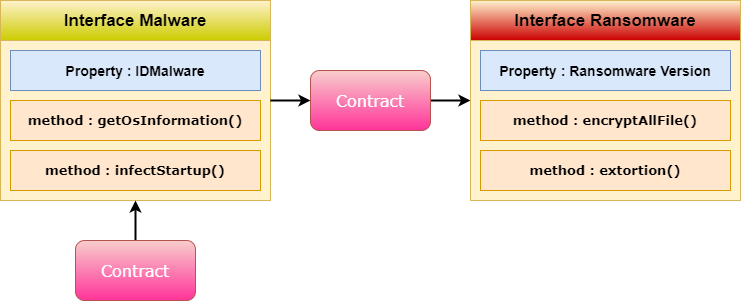
This is Assets/Interface-InterfaceExtendInterface.png from gungunfebrianza/Belajar-Dengan-Jenius-DenoTheWKWKLand, a draw.io export, as it was before one commit. Source tidied: cells renumbered, new cells last; positions are measured from the earlier drawing's top-left corner, leaving out a move shared by most shapes.
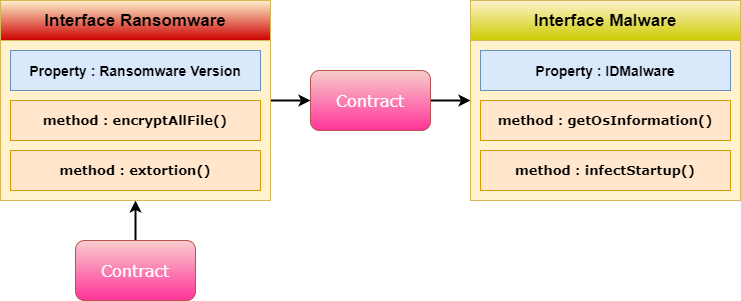
After the change.

Commit message:
Fix Asset Interface

What changed in the source:
```diff
@@ -2,56 +2,62 @@
   <root>
     <mxCell id="0" />
     <mxCell id="1" parent="0" />
-    <mxCell id="2" style="edgeStyle=orthogonalEdgeStyle;rounded=0;jettySize=auto;html=1;exitX=1;exitY=0.5;exitDx=0;exitDy=0;entryX=0;entryY=0.5;entryDx=0;entryDy=0;strokeWidth=2;fontFamily=Verdana;fontSize=14;" parent="1" edge="1" source="3" target="11">
-      <mxGeometry relative="1" as="geometry" />
+    <mxCell id="2" style="edgeStyle=orthogonalEdgeStyle;rounded=0;jettySize=auto;html=1;exitX=1;exitY=0.5;exitDx=0;exitDy=0;entryX=0;entryY=0.5;entryDx=0;entryDy=0;strokeWidth=2;fontFamily=Verdana;fontSize=14;" parent="1" edge="1" source="3">
+      <mxGeometry relative="1" as="geometry">
+        <mxPoint x="470" y="100" as="targetPoint" />
+      </mxGeometry>
     </mxCell>
     <mxCell id="3" value="&lt;font face=&quot;Verdana&quot; color=&quot;#ffffff&quot; style=&quot;font-size: 16px&quot;&gt;Contract&lt;/font&gt;" style="rounded=1;whiteSpace=wrap;html=1;fillColor=#f8cecc;strokeColor=#b85450;gradientColor=#FF3399;" parent="1" vertex="1">
       <mxGeometry x="310" y="70" width="120" height="60" as="geometry" />
     </mxCell>
-    <mxCell id="4" style="group;" parent="1" vertex="1">
-      <mxGeometry width="270" height="200" as="geometry" />
-    </mxCell>
-    <mxCell id="5" style="rounded=0;whiteSpace=wrap;html=1;fillColor=#fff2cc;strokeColor=#d6b656;" parent="4" vertex="1">
-      <mxGeometry width="270" height="200" as="geometry" />
-    </mxCell>
+    <mxCell id="16" style="edgeStyle=orthogonalEdgeStyle;rounded=0;jettySize=auto;html=1;exitX=1;exitY=0.5;exitDx=0;exitDy=0;strokeWidth=2;fontFamily=Verdana;fontSize=14;" parent="1" edge="1" target="3">
+      <mxGeometry relative="1" as="geometry">
+        <mxPoint x="270" y="100" as="sourcePoint" />
+      </mxGeometry>
+    </mxCell>
+    <mxCell id="17" style="edgeStyle=orthogonalEdgeStyle;rounded=0;jettySize=auto;html=1;exitX=0.5;exitY=0;exitDx=0;exitDy=0;entryX=0.5;entryY=1;entryDx=0;entryDy=0;strokeWidth=2;fontFamily=Verdana;fontSize=14;" parent="1" edge="1" source="18">
+      <mxGeometry relative="1" as="geometry">
+        <mxPoint x="135" y="200" as="targetPoint" />
+      </mxGeometry>
+    </mxCell>
+    <mxCell id="18" value="&lt;font face=&quot;Verdana&quot; color=&quot;#ffffff&quot; style=&quot;font-size: 16px&quot;&gt;Contract&lt;/font&gt;" style="rounded=1;whiteSpace=wrap;html=1;fillColor=#f8cecc;strokeColor=#b85450;gradientColor=#FF3399;" parent="1" vertex="1">
+      <mxGeometry x="75" y="240" width="120" height="60" as="geometry" />
+    </mxCell>
+    <mxCell id="10" style="group;" parent="1" vertex="1">
+      <mxGeometry x="470" width="270" height="200" as="geometry" />
+    </mxCell>
+    <mxCell id="19" style="rounded=0;whiteSpace=wrap;html=1;fillColor=#fff2cc;strokeColor=#d6b656;" parent="10" vertex="1">
+      <mxGeometry width="270" height="200" as="geometry" />
+    </mxCell>
-    <mxCell id="6" value="&lt;b&gt;&lt;font style=&quot;font-size: 17px&quot;&gt;Interface Malware&lt;/font&gt;&lt;/b&gt;" style="rounded=0;whiteSpace=wrap;html=1;fillColor=#fff2cc;strokeColor=#d6b656;gradientColor=#CCCC00;" parent="4" vertex="1">
+    <mxCell id="6" value="&lt;b&gt;&lt;font style=&quot;font-size: 17px&quot;&gt;Interface Malware&lt;/font&gt;&lt;/b&gt;" style="rounded=0;whiteSpace=wrap;html=1;fillColor=#fff2cc;strokeColor=#d6b656;gradientColor=#CCCC00;" parent="10" vertex="1">
       <mxGeometry width="270" height="40" as="geometry" />
     </mxCell>
-    <mxCell id="7" value="&lt;b&gt;&lt;font style=&quot;font-size: 14px&quot;&gt;Property : IDMalware&lt;/font&gt;&lt;/b&gt;" style="rounded=0;whiteSpace=wrap;html=1;fillColor=#dae8fc;strokeColor=#6c8ebf;" parent="4" vertex="1">
+    <mxCell id="7" value="&lt;b&gt;&lt;font style=&quot;font-size: 14px&quot;&gt;Property : IDMalware&lt;/font&gt;&lt;/b&gt;" style="rounded=0;whiteSpace=wrap;html=1;fillColor=#dae8fc;strokeColor=#6c8ebf;" parent="10" vertex="1">
       <mxGeometry x="10" y="50" width="250" height="40" as="geometry" />
     </mxCell>
-    <mxCell id="8" value="&lt;b&gt;&lt;font face=&quot;Verdana&quot; style=&quot;font-size: 13px&quot;&gt;method : getOsInformation()&lt;/font&gt;&lt;/b&gt;" style="rounded=0;whiteSpace=wrap;html=1;fillColor=#ffe6cc;strokeColor=#d79b00;" parent="4" vertex="1">
+    <mxCell id="8" value="&lt;b&gt;&lt;font face=&quot;Verdana&quot; style=&quot;font-size: 13px&quot;&gt;method : getOsInformation()&lt;/font&gt;&lt;/b&gt;" style="rounded=0;whiteSpace=wrap;html=1;fillColor=#ffe6cc;strokeColor=#d79b00;" parent="10" vertex="1">
       <mxGeometry x="10" y="100" width="250" height="40" as="geometry" />
     </mxCell>
-    <mxCell id="9" value="&lt;b&gt;&lt;font face=&quot;Verdana&quot; style=&quot;font-size: 13px&quot;&gt;method : infectStartup()&lt;/font&gt;&lt;/b&gt;" style="rounded=0;whiteSpace=wrap;html=1;fillColor=#ffe6cc;strokeColor=#d79b00;" parent="4" vertex="1">
+    <mxCell id="9" value="&lt;b&gt;&lt;font face=&quot;Verdana&quot; style=&quot;font-size: 13px&quot;&gt;method : infectStartup()&lt;/font&gt;&lt;/b&gt;" style="rounded=0;whiteSpace=wrap;html=1;fillColor=#ffe6cc;strokeColor=#d79b00;" parent="10" vertex="1">
       <mxGeometry x="10" y="150" width="250" height="40" as="geometry" />
     </mxCell>
-    <mxCell id="10" style="group;" parent="1" vertex="1">
-      <mxGeometry x="470" width="270" height="200" as="geometry" />
-    </mxCell>
-    <mxCell id="11" style="rounded=0;whiteSpace=wrap;html=1;fillColor=#fff2cc;strokeColor=#d6b656;" parent="10" vertex="1">
-      <mxGeometry width="270" height="200" as="geometry" />
-    </mxCell>
+    <mxCell id="4" style="group;" parent="1" vertex="1">
+      <mxGeometry width="270" height="200" as="geometry" />
+    </mxCell>
+    <mxCell id="20" style="rounded=0;whiteSpace=wrap;html=1;fillColor=#fff2cc;strokeColor=#d6b656;" parent="4" vertex="1">
+      <mxGeometry width="270" height="200" as="geometry" />
+    </mxCell>
-    <mxCell id="12" value="&lt;b&gt;&lt;font style=&quot;font-size: 17px&quot;&gt;Interface Ransomware&lt;/font&gt;&lt;/b&gt;" style="rounded=0;whiteSpace=wrap;html=1;fillColor=#fff2cc;strokeColor=#d6b656;gradientColor=#CC0000;" parent="10" vertex="1">
+    <mxCell id="12" value="&lt;b&gt;&lt;font style=&quot;font-size: 17px&quot;&gt;Interface Ransomware&lt;/font&gt;&lt;/b&gt;" style="rounded=0;whiteSpace=wrap;html=1;fillColor=#fff2cc;strokeColor=#d6b656;gradientColor=#CC0000;" parent="4" vertex="1">
       <mxGeometry width="270" height="40" as="geometry" />
     </mxCell>
-    <mxCell id="13" value="&lt;b&gt;&lt;font style=&quot;font-size: 14px&quot;&gt;Property : Ransomware Version&lt;/font&gt;&lt;/b&gt;" style="rounded=0;whiteSpace=wrap;html=1;fillColor=#dae8fc;strokeColor=#6c8ebf;" parent="10" vertex="1">
+    <mxCell id="13" value="&lt;b&gt;&lt;font style=&quot;font-size: 14px&quot;&gt;Property : Ransomware Version&lt;/font&gt;&lt;/b&gt;" style="rounded=0;whiteSpace=wrap;html=1;fillColor=#dae8fc;strokeColor=#6c8ebf;" parent="4" vertex="1">
       <mxGeometry x="10" y="50" width="250" height="40" as="geometry" />
     </mxCell>
-    <mxCell id="14" value="&lt;b&gt;&lt;font face=&quot;Verdana&quot; style=&quot;font-size: 13px&quot;&gt;method : encryptAllFile()&lt;/font&gt;&lt;/b&gt;" style="rounded=0;whiteSpace=wrap;html=1;fillColor=#ffe6cc;strokeColor=#d79b00;" parent="10" vertex="1">
+    <mxCell id="14" value="&lt;b&gt;&lt;font face=&quot;Verdana&quot; style=&quot;font-size: 13px&quot;&gt;method : encryptAllFile()&lt;/font&gt;&lt;/b&gt;" style="rounded=0;whiteSpace=wrap;html=1;fillColor=#ffe6cc;strokeColor=#d79b00;" parent="4" vertex="1">
       <mxGeometry x="10" y="100" width="250" height="40" as="geometry" />
     </mxCell>
-    <mxCell id="15" value="&lt;b&gt;&lt;font face=&quot;Verdana&quot; style=&quot;font-size: 13px&quot;&gt;method : extortion()&lt;/font&gt;&lt;/b&gt;" style="rounded=0;whiteSpace=wrap;html=1;fillColor=#ffe6cc;strokeColor=#d79b00;" parent="10" vertex="1">
+    <mxCell id="15" value="&lt;b&gt;&lt;font face=&quot;Verdana&quot; style=&quot;font-size: 13px&quot;&gt;method : extortion()&lt;/font&gt;&lt;/b&gt;" style="rounded=0;whiteSpace=wrap;html=1;fillColor=#ffe6cc;strokeColor=#d79b00;" parent="4" vertex="1">
       <mxGeometry x="10" y="150" width="250" height="40" as="geometry" />
     </mxCell>
-    <mxCell id="16" style="edgeStyle=orthogonalEdgeStyle;rounded=0;jettySize=auto;html=1;exitX=1;exitY=0.5;exitDx=0;exitDy=0;strokeWidth=2;fontFamily=Verdana;fontSize=14;" parent="1" edge="1" source="5" target="3">
-      <mxGeometry relative="1" as="geometry" />
-    </mxCell>
-    <mxCell id="17" style="edgeStyle=orthogonalEdgeStyle;rounded=0;jettySize=auto;html=1;exitX=0.5;exitY=0;exitDx=0;exitDy=0;entryX=0.5;entryY=1;entryDx=0;entryDy=0;strokeWidth=2;fontFamily=Verdana;fontSize=14;" parent="1" edge="1" source="18" target="5">
-      <mxGeometry relative="1" as="geometry" />
-    </mxCell>
-    <mxCell id="18" value="&lt;font face=&quot;Verdana&quot; color=&quot;#ffffff&quot; style=&quot;font-size: 16px&quot;&gt;Contract&lt;/font&gt;" style="rounded=1;whiteSpace=wrap;html=1;fillColor=#f8cecc;strokeColor=#b85450;gradientColor=#FF3399;" parent="1" vertex="1">
-      <mxGeometry x="75" y="240" width="120" height="60" as="geometry" />
-    </mxCell>
   </root>
 </mxGraphModel>
```
